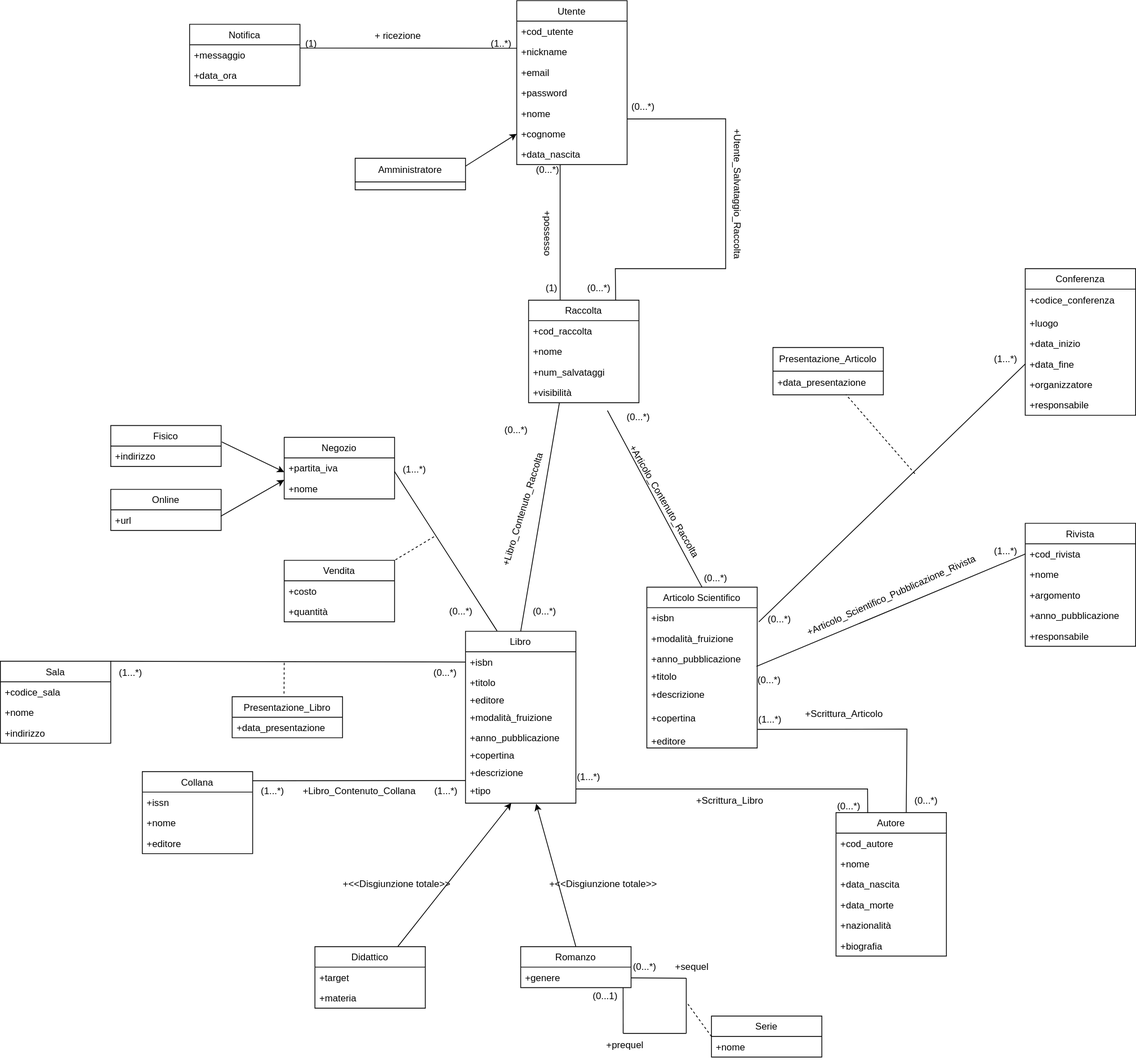
m3tt0/Progetto_OB_BASI keeps this draw.io diagram as progettazione_concettuale/Modello_Concettuale.drawio.svg. Above is the earlier version. Source tidied: cells renumbered, new cells last; positions are measured from the earlier drawing's top-left corner, leaving out a move shared by most shapes.
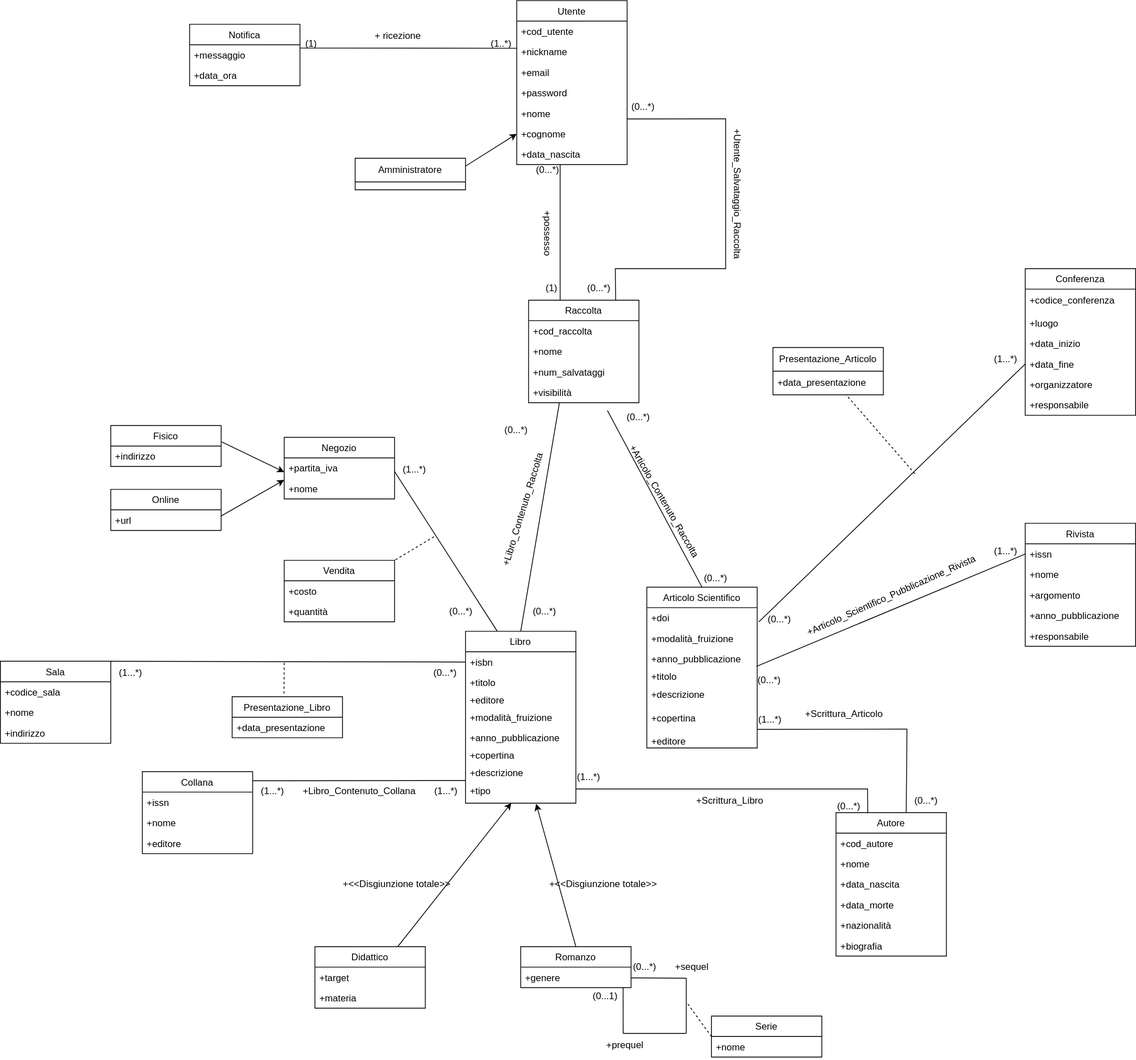
After the change.

Diff of the diagram source:
```diff
@@ -53,7 +53,7 @@
     <mxCell id="18" value="Articolo Scientifico" style="swimlane;fontStyle=0;horizontal=1;startSize=26;fillColor=none;" parent="1" vertex="1">
       <mxGeometry x="820" y="744" width="140" height="204" as="geometry" />
     </mxCell>
-    <mxCell id="19" value="+isbn" style="text;strokeColor=none;fillColor=none;align=left;verticalAlign=top;spacingLeft=4;spacingRight=4;overflow=hidden;" parent="18" vertex="1">
+    <mxCell id="19" value="+doi" style="text;strokeColor=none;fillColor=none;align=left;verticalAlign=top;spacingLeft=4;spacingRight=4;overflow=hidden;" parent="18" vertex="1">
       <mxGeometry y="26" width="140" height="26" as="geometry" />
     </mxCell>
     <mxCell id="20" value="+modalità_fruizione" style="text;strokeColor=none;fillColor=none;align=left;verticalAlign=top;spacingLeft=4;spacingRight=4;overflow=hidden;" parent="18" vertex="1">
@@ -112,7 +112,7 @@
     <mxCell id="35" value="Rivista" style="swimlane;fontStyle=0;horizontal=1;startSize=26;fillColor=none;" parent="1" vertex="1">
       <mxGeometry x="1300" y="663" width="140" height="156" as="geometry" />
     </mxCell>
-    <mxCell id="36" value="+cod_rivista" style="text;strokeColor=none;fillColor=none;align=left;verticalAlign=top;spacingLeft=4;spacingRight=4;overflow=hidden;points=[[0,0.5],[1,0.5]];portConstraint=eastwest;" parent="35" vertex="1">
+    <mxCell id="36" value="+issn" style="text;strokeColor=none;fillColor=none;align=left;verticalAlign=top;spacingLeft=4;spacingRight=4;overflow=hidden;points=[[0,0.5],[1,0.5]];portConstraint=eastwest;" parent="35" vertex="1">
       <mxGeometry y="26" width="140" height="26" as="geometry" />
     </mxCell>
     <mxCell id="37" value="+nome" style="text;strokeColor=none;fillColor=none;align=left;verticalAlign=top;spacingLeft=4;spacingRight=4;overflow=hidden;" parent="35" vertex="1">
```
